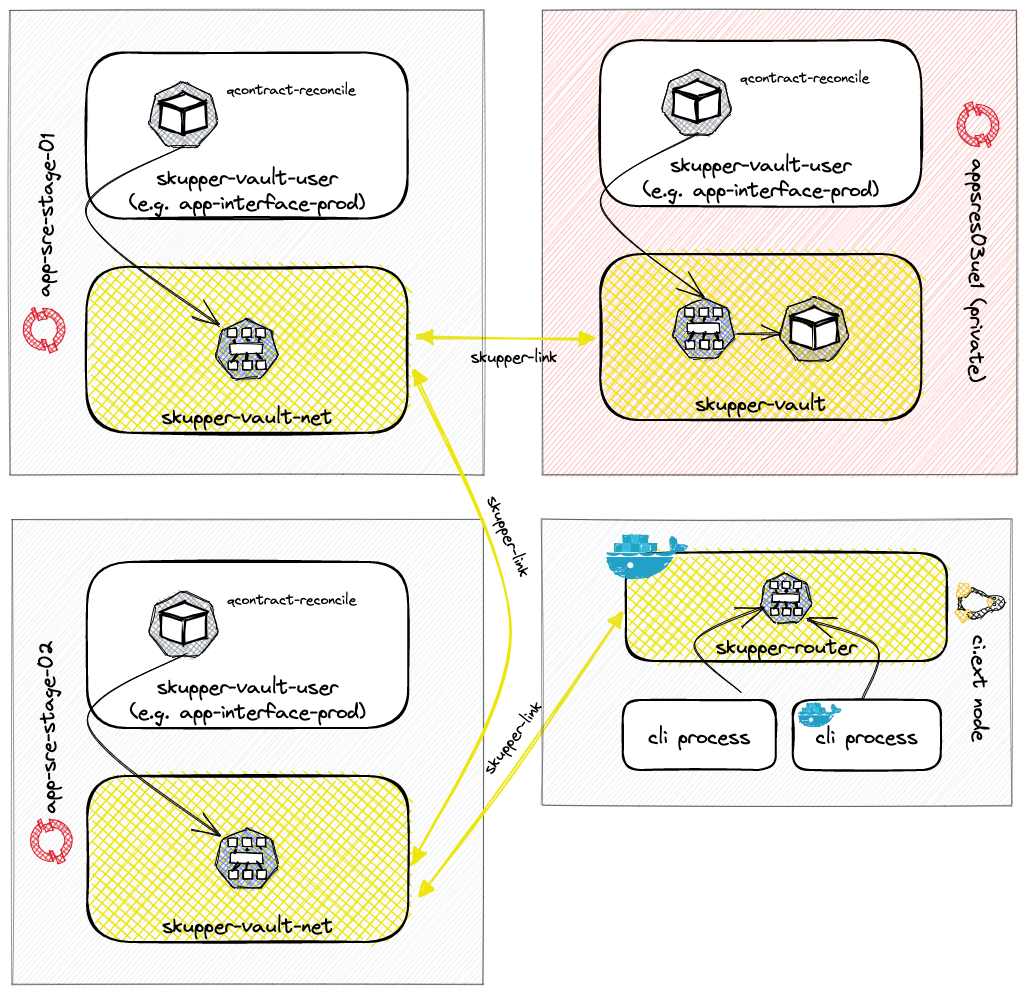
Above: docs/app-sre/design-docs/images/skupper-spike-vault.excalidraw.png in coleenquadros/configuration (Excalidraw), before the change. Source tidied: one line per element, renumbered; positions are measured from the earlier drawing's top-left corner, leaving out a move shared by most shapes.
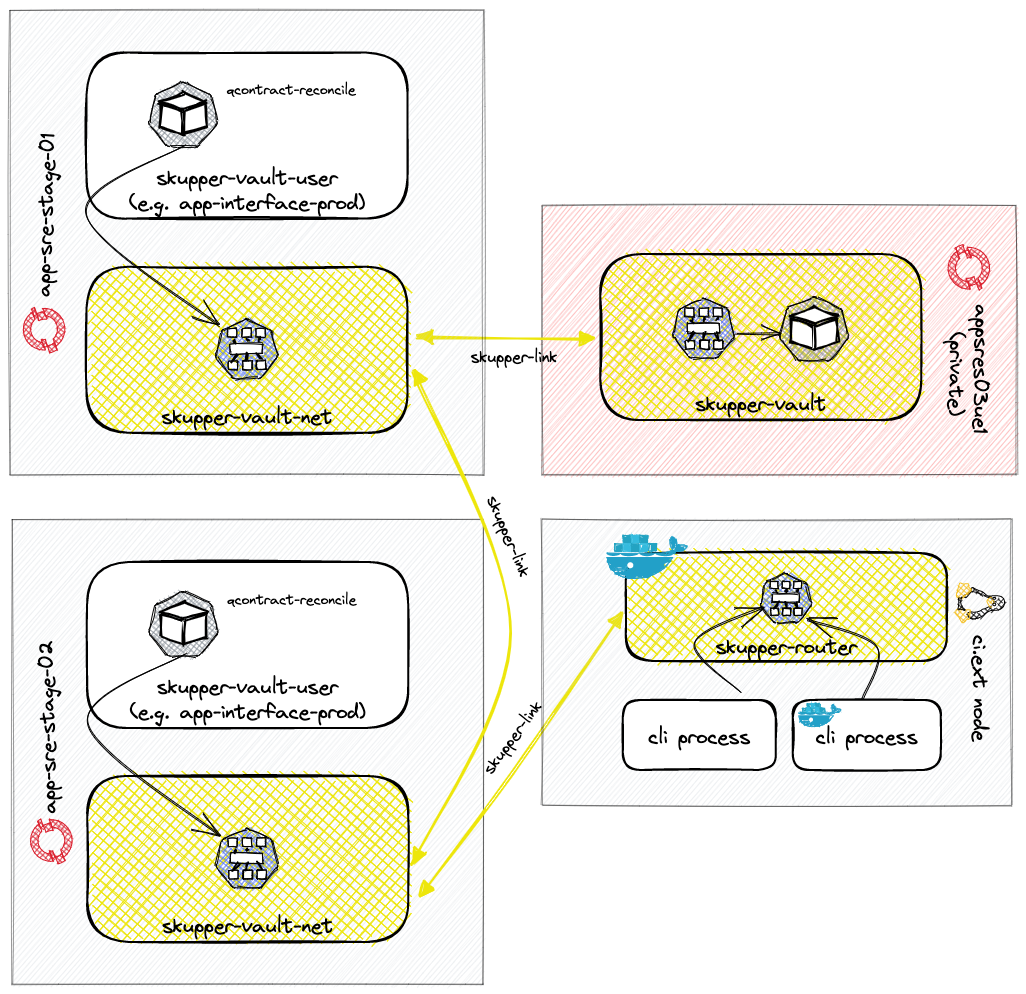
The same diagram one commit later.

Commit message:
skupper-doc: service sync section

Change to the diagram source:
```diff
@@ -1,4 +1,4 @@
-{"id": 0, "type": "rectangle", "strokeColor": "#000000", "backgroundColor": "#fa5252", "fillStyle": "hachure", "strokeWidth": 1, "roughness": 1, "opacity": 40, "x": 581, "y": 0, "width": 474, "height": 464}
+{"id": 0, "type": "rectangle", "strokeColor": "#000000", "backgroundColor": "#fa5252", "fillStyle": "hachure", "strokeWidth": 1, "roughness": 1, "opacity": 40, "x": 581, "y": 196, "width": 474, "height": 269}
 {"id": 1, "type": "arrow", "strokeColor": "#ede60c", "backgroundColor": "#15aabf", "fillStyle": "solid", "strokeWidth": 2, "roughness": 1, "startArrowhead": "triangle", "endArrowhead": "triangle", "from": 122, "to": 91, "x": 457, "y": 327, "width": 175, "height": 2, "points": [[0, 0], [175, 2]]}
 {"id": 2, "type": "rectangle", "strokeColor": "#000000", "backgroundColor": "#ced4da", "fillStyle": "hachure", "strokeWidth": 1, "roughness": 1, "opacity": 40, "x": 49, "y": 0, "width": 473, "height": 465}
 {"id": 3, "type": "line", "strokeColor": "#db212f", "angle": 4.74, "backgroundColor": "#db212f", "fillStyle": "cross-hatch", "strokeWidth": 1, "roughness": 1, "x": 87, "y": 331, "width": 7, "height": 6, "points": [[0, 0], [-7, 3], [-7, 3], [-7, 4], [-7, 6], [0, 4], [0, 4], [0, 2], [0, 0]]}
@@ -8,20 +8,13 @@
 {"id": 7, "type": "line", "strokeColor": "#db212f", "angle": 4.74, "backgroundColor": "#db212f", "fillStyle": "cross-hatch", "strokeWidth": 1, "roughness": 1, "x": 104, "y": 309, "width": 38, "height": 22, "points": [[0, 0], [0, 0], [0, 2], [-1, 5], [-3, 7], [-4, 9], [-6, 11], [-9, 12], [-11, 12], [-14, 12], [-17, 12], [-19, 11], [-21, 10], [-23, 8], [-30, 11], [-30, 11], [-29, 13], [-27, 15], [-25, 16], [-22, 18], [-20, 19], [-18, 19], [-16, 20], [-14, 20], [-12, 20], [-10, 19], [-8, 19], [-6, 18], [-5, 18], [-3, 17], [-1, 16], [0, 14], [2, 13], [3, 11], [4, 10], [5, 8], [6, 5], [7, 3], [7, 0], [7, -3], [0, 0], [0, 0]]}
 {"id": 8, "type": "line", "strokeColor": "#db212f", "angle": 4.74, "backgroundColor": "#db212f", "fillStyle": "cross-hatch", "strokeWidth": 1, "roughness": 1, "x": 83, "y": 301, "width": 9, "height": 10, "points": [[0, 0], [-7, 3], [-7, 3], [-6, 4], [-5, 6], [-5, 8], [-5, 10], [2, 7], [2, 7], [2, 6], [1, 4], [1, 2], [0, 0]]}
 {"id": 9, "type": "text", "text": "app-sre-stage-01", "strokeColor": "#000000", "angle": 4.74, "backgroundColor": "#ffffff", "fillStyle": "solid", "strokeWidth": 2, "roughness": 1, "fontSize": 20, "fontFamily": 1, "textAlign": "center", "x": 2, "y": 192, "width": 165, "height": 25}
-{"id": 10, "type": "line", "strokeColor": "#db212f", "angle": 1.58, "backgroundColor": "#db212f", "fillStyle": "cross-hatch", "strokeWidth": 1, "roughness": 1, "x": 1020, "y": 99, "width": 7, "height": 6, "points": [[0, 0], [-7, 3], [-7, 3], [-7, 4], [-7, 6], [0, 4], [0, 4], [0, 2], [0, 0]]}
+{"id": 10, "type": "line", "strokeColor": "#db212f", "angle": 1.58, "backgroundColor": "#db212f", "fillStyle": "cross-hatch", "strokeWidth": 1, "roughness": 1, "x": 1010, "y": 241, "width": 7, "height": 6, "points": [[0, 0], [-7, 3], [-7, 3], [-7, 4], [-7, 6], [0, 4], [0, 4], [0, 2], [0, 0]]}
-{"id": 11, "type": "line", "strokeColor": "#db212f", "angle": 1.58, "backgroundColor": "#db212f", "fillStyle": "cross-hatch", "strokeWidth": 1, "roughness": 1, "x": 1032, "y": 133, "width": 9, "height": 6, "points": [[0, 0], [0, 0], [-1, -2], [-2, -3], [-9, 0], [-9, 0], [-8, 1], [-7, 3], [0, 0]]}
+{"id": 11, "type": "line", "strokeColor": "#db212f", "angle": 1.58, "backgroundColor": "#db212f", "fillStyle": "cross-hatch", "strokeWidth": 1, "roughness": 1, "x": 1022, "y": 276, "width": 9, "height": 6, "points": [[0, 0], [0, 0], [-1, -2], [-2, -3], [-9, 0], [-9, 0], [-8, 1], [-7, 3], [0, 0]]}
-{"id": 12, "type": "line", "strokeColor": "#db212f", "angle": 1.58, "backgroundColor": "#db212f", "fillStyle": "cross-hatch", "strokeWidth": 1, "roughness": 1, "x": 1034, "y": 111, "width": 38, "height": 22, "points": [[0, 0], [0, 0], [2, 1], [4, 3], [11, 0], [11, 0], [9, -2], [8, -4], [5, -5], [3, -7], [1, -7], [-1, -8], [-3, -8], [-5, -9], [-7, -8], [-9, -8], [-11, -8], [-13, -7], [-15, -6], [-16, -6], [-18, -4], [-20, -3], [-21, -2], [-22, 0], [-23, 2], [-24, 3], [-25, 6], [-26, 9], [-26, 11], [-26, 14], [-19, 11], [-19, 11], [-19, 9], [-18, 7], [-17, 4], [-15, 2], [-13, 1], [-10, 0], [-8, -1], [-5, -1], [-3, -1], [0, 0]]}
+{"id": 12, "type": "line", "strokeColor": "#db212f", "angle": 1.58, "backgroundColor": "#db212f", "fillStyle": "cross-hatch", "strokeWidth": 1, "roughness": 1, "x": 1025, "y": 254, "width": 38, "height": 22, "points": [[0, 0], [0, 0], [2, 1], [4, 3], [11, 0], [11, 0], [9, -2], [8, -4], [5, -5], [3, -7], [1, -7], [-1, -8], [-3, -8], [-5, -9], [-7, -8], [-9, -8], [-11, -8], [-13, -7], [-15, -6], [-16, -6], [-18, -4], [-20, -3], [-21, -2], [-22, 0], [-23, 2], [-24, 3], [-25, 6], [-26, 9], [-26, 11], [-26, 14], [-19, 11], [-19, 11], [-19, 9], [-18, 7], [-17, 4], [-15, 2], [-13, 1], [-10, 0], [-8, -1], [-5, -1], [-3, -1], [0, 0]]}
-{"id": 13, "type": "line", "strokeColor": "#db212f", "angle": 1.58, "backgroundColor": "#db212f", "fillStyle": "cross-hatch", "strokeWidth": 1, "roughness": 1, "x": 1010, "y": 92, "width": 10, "height": 10, "points": [[0, 0], [-7, 3], [-7, 3], [-6, 4], [-6, 6], [-5, 8], [-4, 10], [4, 7], [4, 7], [2, 5], [1, 4], [1, 2], [0, 0]]}
+{"id": 13, "type": "line", "strokeColor": "#db212f", "angle": 1.58, "backgroundColor": "#db212f", "fillStyle": "cross-hatch", "strokeWidth": 1, "roughness": 1, "x": 1001, "y": 235, "width": 10, "height": 10, "points": [[0, 0], [-7, 3], [-7, 3], [-6, 4], [-6, 6], [-5, 8], [-4, 10], [4, 7], [4, 7], [2, 5], [1, 4], [1, 2], [0, 0]]}
-{"id": 14, "type": "line", "strokeColor": "#db212f", "angle": 1.58, "backgroundColor": "#db212f", "fillStyle": "cross-hatch", "strokeWidth": 1, "roughness": 1, "x": 1019, "y": 109, "width": 38, "height": 22, "points": [[0, 0], [0, 0], [0, 2], [-1, 5], [-3, 7], [-4, 9], [-6, 11], [-9, 12], [-11, 12], [-14, 12], [-17, 12], [-19, 11], [-21, 10], [-23, 8], [-30, 11], [-30, 11], [-29, 13], [-27, 15], [-25, 16], [-22, 18], [-20, 19], [-18, 19], [-16, 20], [-14, 20], [-12, 20], [-10, 19], [-8, 19], [-6, 18], [-5, 18], [-3, 17], [-1, 16], [0, 14], [2, 13], [3, 11], [4, 10], [5, 8], [6, 5], [7, 3], [7, 0], [7, -3], [0, 0], [0, 0]]}
+{"id": 14, "type": "line", "strokeColor": "#db212f", "angle": 1.58, "backgroundColor": "#db212f", "fillStyle": "cross-hatch", "strokeWidth": 1, "roughness": 1, "x": 1010, "y": 252, "width": 38, "height": 22, "points": [[0, 0], [0, 0], [0, 2], [-1, 5], [-3, 7], [-4, 9], [-6, 11], [-9, 12], [-11, 12], [-14, 12], [-17, 12], [-19, 11], [-21, 10], [-23, 8], [-30, 11], [-30, 11], [-29, 13], [-27, 15], [-25, 16], [-22, 18], [-20, 19], [-18, 19], [-16, 20], [-14, 20], [-12, 20], [-10, 19], [-8, 19], [-6, 18], [-5, 18], [-3, 17], [-1, 16], [0, 14], [2, 13], [3, 11], [4, 10], [5, 8], [6, 5], [7, 3], [7, 0], [7, -3], [0, 0], [0, 0]]}
-{"id": 15, "type": "line", "strokeColor": "#db212f", "angle": 1.58, "backgroundColor": "#db212f", "fillStyle": "cross-hatch", "strokeWidth": 1, "roughness": 1, "x": 1022, "y": 123, "width": 9, "height": 10, "points": [[0, 0], [-7, 3], [-7, 3], [-6, 4], [-5, 6], [-5, 8], [-5, 10], [2, 7], [2, 7], [2, 6], [1, 4], [1, 2], [0, 0]]}
+{"id": 15, "type": "line", "strokeColor": "#db212f", "angle": 1.58, "backgroundColor": "#db212f", "fillStyle": "cross-hatch", "strokeWidth": 1, "roughness": 1, "x": 1012, "y": 266, "width": 9, "height": 10, "points": [[0, 0], [-7, 3], [-7, 3], [-6, 4], [-5, 6], [-5, 8], [-5, 10], [2, 7], [2, 7], [2, 6], [1, 4], [1, 2], [0, 0]]}
-{"id": 16, "type": "text", "text": "appsres03ue1 (private)", "strokeColor": "#000000", "angle": 1.58, "backgroundColor": "#ffffff", "fillStyle": "solid", "strokeWidth": 2, "roughness": 1, "fontSize": 20, "fontFamily": 1, "textAlign": "center", "x": 904, "y": 248, "width": 224, "height": 25}
+{"id": 16, "type": "text", "text": "appsres03ue1 \n(private)", "strokeColor": "#000000", "angle": 1.58, "backgroundColor": "#ffffff", "fillStyle": "solid", "strokeWidth": 2, "roughness": 1, "fontSize": 20, "fontFamily": 1, "textAlign": "center", "x": 937, "y": 339, "width": 139, "height": 50}
-{"id": 17, "type": "rectangle", "strokeColor": "#000000", "backgroundColor": "#ffffff", "fillStyle": "solid", "strokeWidth": 2, "roughness": 1, "x": 639, "y": 30, "width": 321, "height": 166}
-{"id": 18, "type": "text", "text": "skupper-vault-user\n(e.g. app-interface-prod)", "strokeColor": "#000000", "backgroundColor": "#ffffff", "fillStyle": "solid", "strokeWidth": 2, "roughness": 1, "fontSize": 20, "fontFamily": 1, "textAlign": "center", "verticalAlign": "bottom", "inside": 17, "x": 644, "y": 141, "width": 311, "height": 50}
-{"id": 19, "type": "line", "strokeColor": "#000000", "backgroundColor": "#868e96", "fillStyle": "cross-hatch", "strokeWidth": 1, "roughness": 1, "x": 735, "y": 60, "width": 68, "height": 64, "points": [[0, 0], [0, 0], [-2, 0], [-26, 11], [-26, 11], [-27, 13], [-28, 14], [-34, 39], [-34, 39], [-34, 41], [-33, 42], [-33, 43], [-17, 63], [-17, 63], [-15, 64], [-13, 64], [13, 64], [13, 64], [15, 64], [17, 63], [34, 43], [34, 43], [34, 41], [34, 39], [29, 14], [29, 14], [28, 13], [26, 11], [2, 0], [2, 0], [0, 0], [0, 0]]}
-{"id": 20, "type": "diamond", "strokeColor": "#000000", "backgroundColor": "#ffffff", "fillStyle": "solid", "strokeWidth": 2, "roughness": 1, "x": 712, "y": 70, "width": 47, "height": 16}
-{"id": 21, "type": "diamond", "strokeColor": "#000000", "angle": 5.66, "backgroundColor": "#ffffff", "fillStyle": "solid", "strokeWidth": 2, "roughness": 1, "x": 710, "y": 78, "width": 27, "height": 38}
-{"id": 22, "type": "diamond", "strokeColor": "#000000", "angle": 3.77, "backgroundColor": "#ffffff", "fillStyle": "solid", "strokeWidth": 2, "roughness": 1, "x": 734, "y": 78, "width": 27, "height": 38}
-{"id": 23, "type": "text", "text": "qcontract-reconcile", "strokeColor": "#000000", "backgroundColor": "#868e96", "fillStyle": "solid", "strokeWidth": 1, "roughness": 1, "fontSize": 13.97, "fontFamily": 1, "textAlign": "right", "x": 778, "y": 60, "width": 130, "height": 17}
 {"id": 24, "type": "text", "text": "skupper-link", "strokeColor": "#000000", "angle": 5.35, "backgroundColor": "#868e96", "fillStyle": "solid", "strokeWidth": 1, "roughness": 1, "fontSize": 16, "fontFamily": 1, "textAlign": "right", "x": 508, "y": 718, "width": 88, "height": 20}
 {"id": 25, "type": "text", "text": "skupper-link", "strokeColor": "#000000", "angle": 1.17, "backgroundColor": "#868e96", "fillStyle": "solid", "strokeWidth": 1, "roughness": 1, "fontSize": 16, "fontFamily": 1, "textAlign": "right", "x": 502, "y": 516, "width": 88, "height": 20}
 {"id": 26, "type": "text", "text": "skupper-link", "strokeColor": "#000000", "backgroundColor": "#868e96", "fillStyle": "solid", "strokeWidth": 1, "roughness": 1, "fontSize": 16, "fontFamily": 1, "textAlign": "right", "x": 508, "y": 338, "width": 88, "height": 20}
@@ -111,7 +104,6 @@
 {"id": 110, "type": "diamond", "strokeColor": "#000000", "backgroundColor": "#ffffff", "fillStyle": "solid", "strokeWidth": 2, "roughness": 1, "x": 830, "y": 297, "width": 47, "height": 16}
 {"id": 111, "type": "diamond", "strokeColor": "#000000", "angle": 5.66, "backgroundColor": "#ffffff", "fillStyle": "solid", "strokeWidth": 2, "roughness": 1, "x": 828, "y": 305, "width": 27, "height": 38}
 {"id": 112, "type": "diamond", "strokeColor": "#000000", "angle": 3.77, "backgroundColor": "#ffffff", "fillStyle": "solid", "strokeWidth": 2, "roughness": 1, "x": 851, "y": 305, "width": 27, "height": 38}
-{"id": 113, "type": "arrow", "strokeColor": "#000000", "strokeWidth": 1, "roughness": 1, "endArrowhead": "arrow", "x": 738, "y": 122, "width": 103, "height": 165, "points": [[0, 0], [-99, 69], [4, 165]]}
 {"id": 114, "type": "arrow", "strokeColor": "#000000", "strokeWidth": 1, "roughness": 1, "endArrowhead": "arrow", "x": 775, "y": 323, "width": 44, "height": 1, "points": [[0, 0], [44, 1]]}
 {"id": 115, "type": "rectangle", "strokeColor": "#000000", "backgroundColor": "#ffffff", "fillStyle": "solid", "strokeWidth": 2, "roughness": 1, "x": 125, "y": 43, "width": 321, "height": 166}
 {"id": 116, "type": "text", "text": "skupper-vault-user\n(e.g. app-interface-prod)", "strokeColor": "#000000", "backgroundColor": "#ffffff", "fillStyle": "solid", "strokeWidth": 2, "roughness": 1, "fontSize": 20, "fontFamily": 1, "textAlign": "center", "verticalAlign": "bottom", "inside": 115, "x": 130, "y": 154, "width": 311, "height": 50}
```
